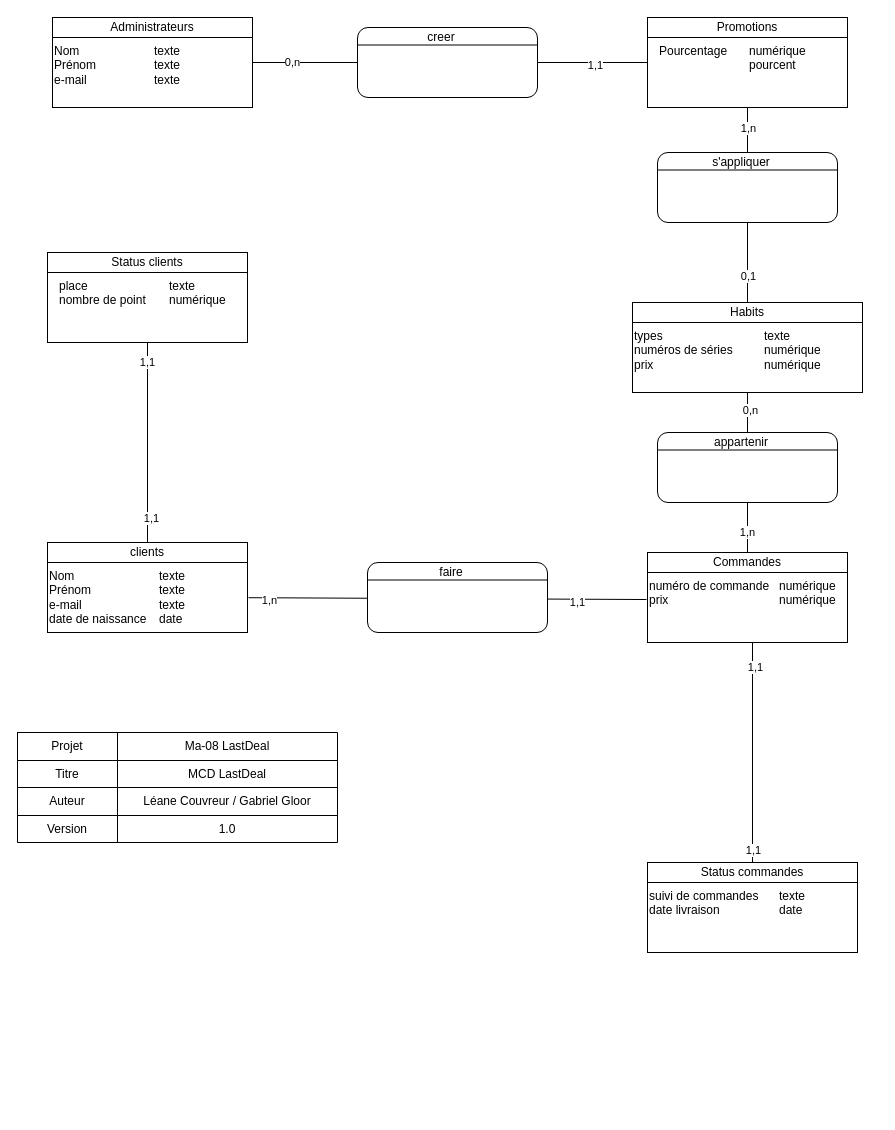
Earlier version of the draw.io diagram Rendu/MCD-lastDeal.drawio (LeaneCouvreur/MA-08-Modele_LastBuy). Source tidied: cells renumbered, new cells numbered last; positions are measured from the earlier drawing's top-left corner, leaving out a move shared by most shapes. Both pictures are drawn from the tidied source at 100%, with x=0, y=0 at pixel (17, 17).
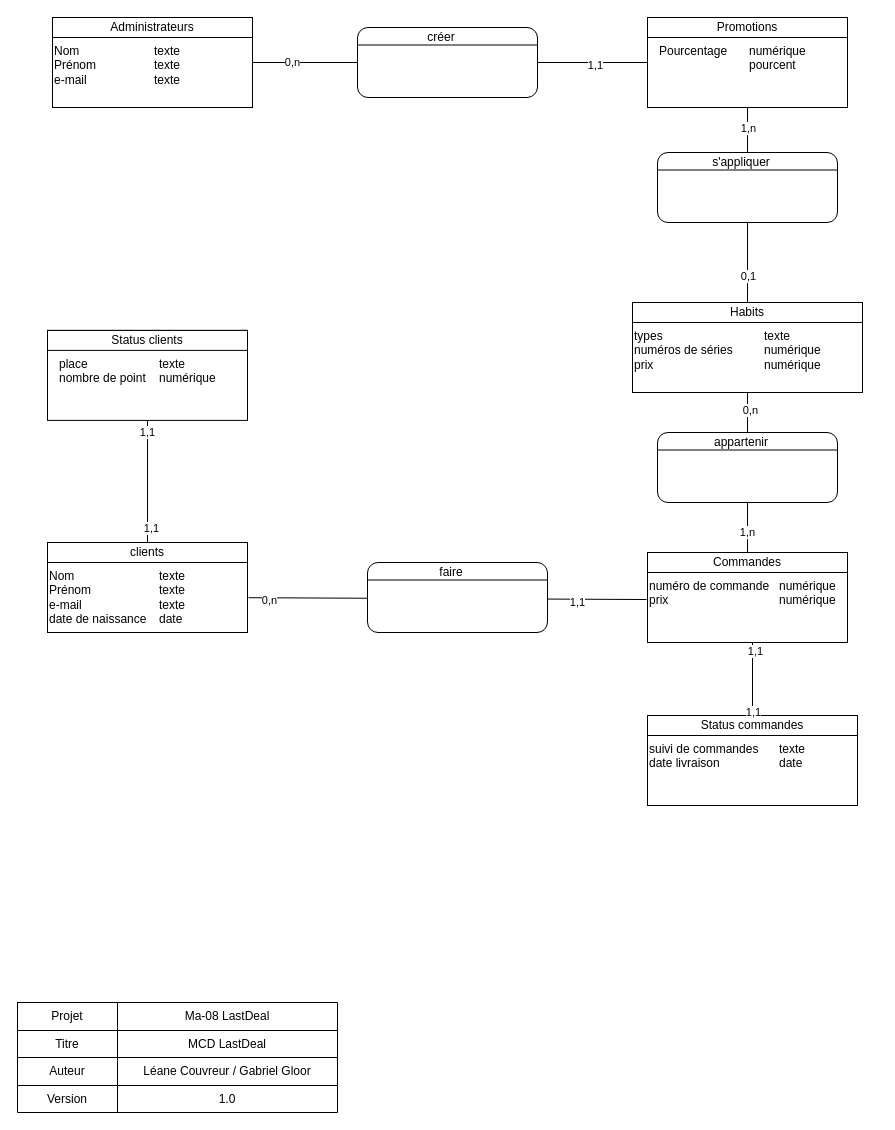
After the change.

Unchanged cells that the change refers to:
```xml
<mxCell id="61" style="endArrow=none;html=1;rounded=0;exitX=-0.007;exitY=0.386;exitDx=0;exitDy=0;exitPerimeter=0;" parent="1" edge="1" source="35" target="13">
  <mxGeometry relative="1" as="geometry" />
</mxCell>
```

Change to the diagram source:
```diff
@@
-    <mxCell id="15" value="creer" style="text;html=1;strokeColor=none;fillColor=none;align=center;verticalAlign=middle;whiteSpace=wrap;rounded=0;" parent="1" vertex="1">
+    <mxCell id="15" value="créer" style="text;html=1;strokeColor=none;fillColor=none;align=center;verticalAlign=middle;whiteSpace=wrap;rounded=0;" parent="1" vertex="1">
       <mxGeometry x="364" y="10" width="120" height="20" as="geometry" />
     </mxCell>
     <mxCell id="16" style="shape=table;html=1;whiteSpace=wrap;startSize=0;childLayout=tableLayout;" parent="1" vertex="1">
-      <mxGeometry y="715" width="320" height="110" as="geometry" />
+      <mxGeometry y="985" width="320" height="110" as="geometry" />
     </mxCell>
@@
     <mxCell id="37" value="&lt;div style=&quot;box-sizing: border-box ; width: 100% ; padding: 2px&quot;&gt;&lt;br&gt;&lt;/div&gt;" style="verticalAlign=top;align=center;overflow=fill;html=1;rounded=0;shadow=0;comic=0;labelBackgroundColor=none;strokeColor=#000000;strokeWidth=1;fillColor=#ffffff;fontFamily=Verdana;fontSize=12;fontColor=#000000;" parent="1" vertex="1">
-      <mxGeometry x="630" y="845" width="210" height="90" as="geometry" />
+      <mxGeometry x="630" y="698" width="210" height="90" as="geometry" />
     </mxCell>
     <mxCell id="38" value="Status commandes" style="rounded=0;whiteSpace=wrap;html=1;" parent="1" vertex="1">
-      <mxGeometry x="630" y="845" width="210" height="20" as="geometry" />
+      <mxGeometry x="630" y="698" width="210" height="20" as="geometry" />
     </mxCell>
     <mxCell id="39" value="suivi de commandes&lt;br&gt;date livraison" style="text;html=1;strokeColor=none;fillColor=none;align=left;verticalAlign=top;whiteSpace=wrap;rounded=0;" parent="1" vertex="1">
-      <mxGeometry x="630" y="865" width="120" height="60" as="geometry" />
+      <mxGeometry x="630" y="718" width="120" height="60" as="geometry" />
     </mxCell>
     <mxCell id="40" value="texte&lt;br&gt;date&amp;nbsp;" style="text;html=1;strokeColor=none;fillColor=none;align=left;verticalAlign=top;whiteSpace=wrap;rounded=0;" parent="1" vertex="1">
-      <mxGeometry x="760" y="865" width="100" height="50" as="geometry" />
+      <mxGeometry x="760" y="718" width="100" height="50" as="geometry" />
     </mxCell>
     <mxCell id="41" value="&lt;div style=&quot;box-sizing: border-box ; width: 100% ; padding: 2px&quot;&gt;&lt;br&gt;&lt;/div&gt;" style="verticalAlign=top;align=center;overflow=fill;html=1;rounded=0;shadow=0;comic=0;labelBackgroundColor=none;strokeColor=#000000;strokeWidth=1;fillColor=#ffffff;fontFamily=Verdana;fontSize=12;fontColor=#000000;" parent="1" vertex="1">
-      <mxGeometry x="30" y="235" width="200" height="90" as="geometry" />
+      <mxGeometry x="30" y="312.9" width="200" height="90" as="geometry" />
     </mxCell>
     <mxCell id="42" value="Status clients" style="rounded=0;whiteSpace=wrap;html=1;" parent="1" vertex="1">
-      <mxGeometry x="30" y="235" width="200" height="20" as="geometry" />
+      <mxGeometry x="30" y="312.9" width="200" height="20" as="geometry" />
     </mxCell>
     <mxCell id="43" value="place&lt;br&gt;nombre de point&lt;br&gt;" style="text;html=1;strokeColor=none;fillColor=none;align=left;verticalAlign=top;whiteSpace=wrap;rounded=0;" parent="1" vertex="1">
-      <mxGeometry x="40" y="255" width="90" height="70" as="geometry" />
+      <mxGeometry x="40" y="332.9" width="90" height="70" as="geometry" />
     </mxCell>
     <mxCell id="44" value="texte&lt;br&gt;numérique&lt;br&gt;" style="text;html=1;strokeColor=none;fillColor=none;align=left;verticalAlign=top;whiteSpace=wrap;rounded=0;" parent="1" vertex="1">
-      <mxGeometry x="150" y="255" width="100" height="60" as="geometry" />
+      <mxGeometry x="140" y="332.9" width="100" height="60" as="geometry" />
     </mxCell>
@@
-    <mxCell id="62" value="1,n" style="edgeLabel;html=1;align=center;verticalAlign=middle;" parent="61" vertex="1">
+    <mxCell id="62" value="0,n" style="edgeLabel;html=1;align=center;verticalAlign=middle;" parent="61" vertex="1">
       <mxGeometry x="0.9" y="2" relative="1" as="geometry" />
     </mxCell>
```
